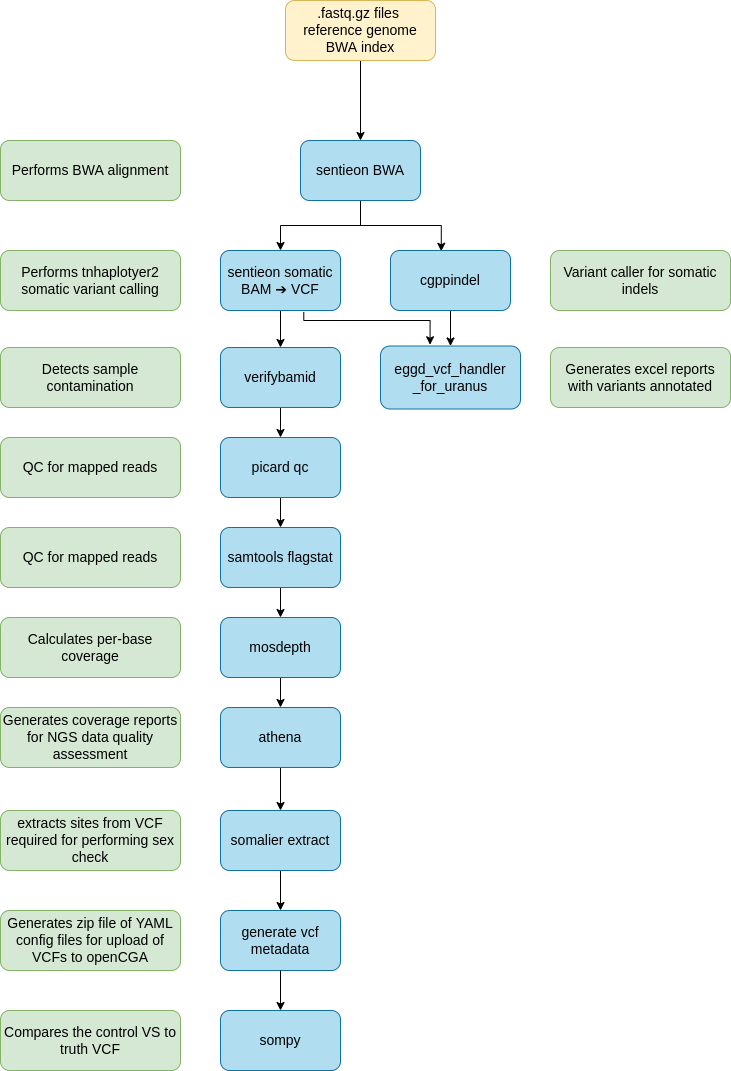
Above: images/workflow.png in eastgenomics/eggd_uranus_main_workflow (draw.io), before the change. Source tidied: cells renumbered, new cells last; positions are measured from the earlier drawing's top-left corner, leaving out a move shared by most shapes.
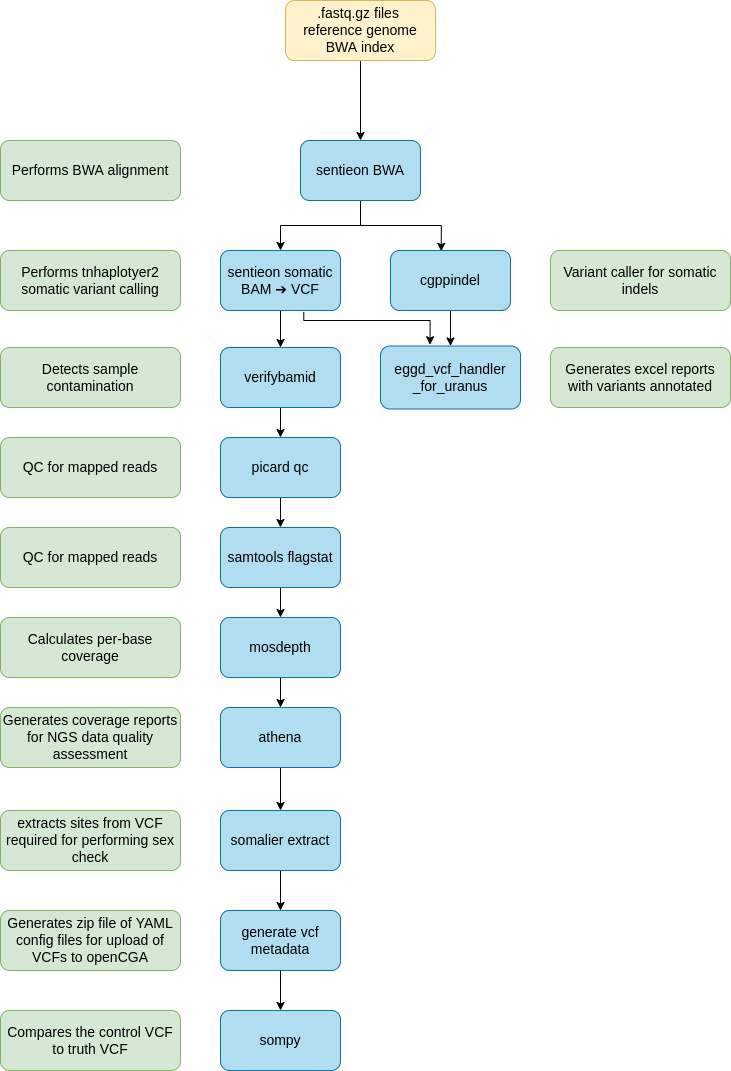
Later version of the same file.

Commit message:
URA-186 fix typo

Diff of the diagram source:
```diff
@@ -115,7 +115,7 @@
     <mxCell id="37" value="sompy" style="rounded=1;whiteSpace=wrap;html=1;fillColor=#b1ddf0;strokeColor=#10739e;fontSize=14;" parent="1" vertex="1">
       <mxGeometry x="220" y="1010" width="120" height="60" as="geometry" />
     </mxCell>
-    <mxCell id="38" value="&lt;font color=&quot;#000000&quot; style=&quot;font-size: 14px&quot;&gt;Compares the control VS to truth VCF&lt;/font&gt;" style="rounded=1;whiteSpace=wrap;html=1;fillColor=#d5e8d4;strokeColor=#82b366;fontSize=14;" parent="1" vertex="1">
+    <mxCell id="38" value="&lt;font color=&quot;#000000&quot; style=&quot;font-size: 14px&quot;&gt;Compares the control VCF to truth VCF&lt;/font&gt;" style="rounded=1;whiteSpace=wrap;html=1;fillColor=#d5e8d4;strokeColor=#82b366;fontSize=14;" parent="1" vertex="1">
       <mxGeometry y="1010" width="180" height="60" as="geometry" />
     </mxCell>
     <mxCell id="39" style="edgeStyle=none;html=1;" parent="1" edge="1" target="37">
```
